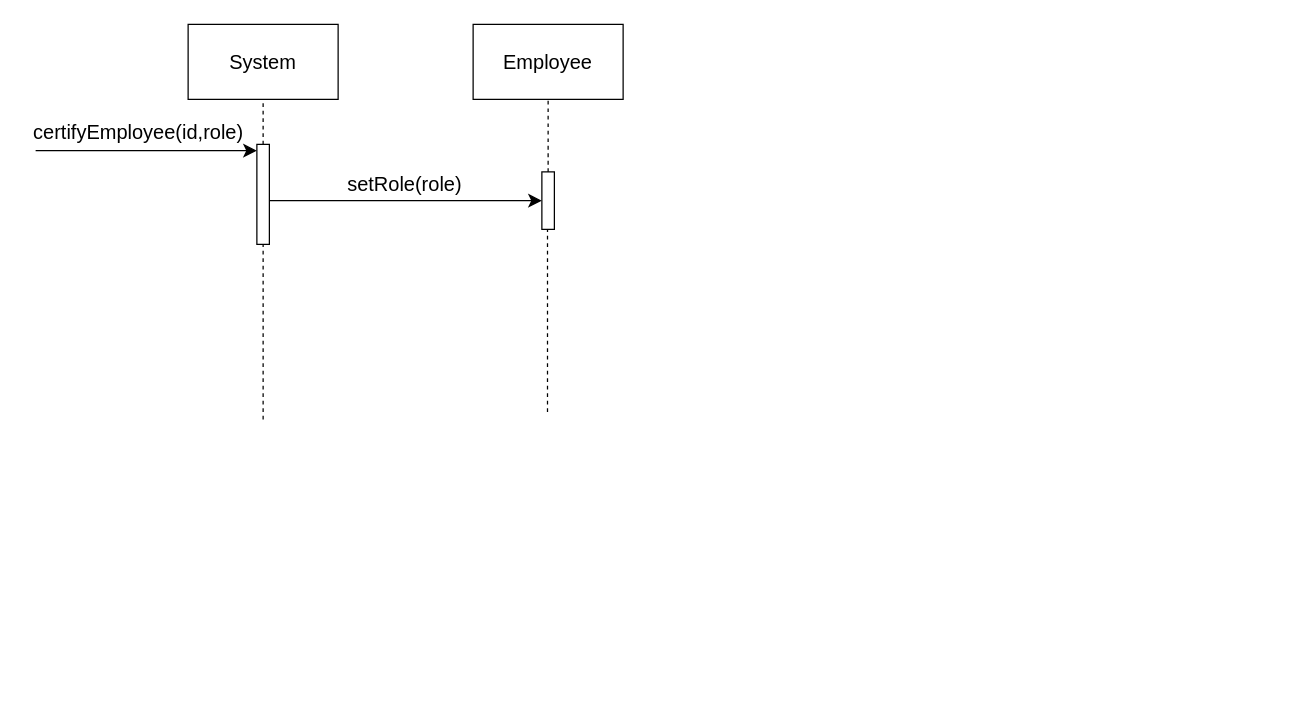
Above: page "2.B - CertifyEmployee" (2 of 6) of docs/Diagrams/1.B + 2.B - UseCaseAssignToShift.drawio in ADSS-GROUP-M/ADSS_GROUP_M (draw.io), before the change. Source tidied: cells renumbered, new cells numbered last; positions are measured from the earlier drawing's top-left corner, leaving out a move shared by most shapes. Both pictures are drawn from the tidied source at 125%, with x=0, y=0 at pixel (21, 24).
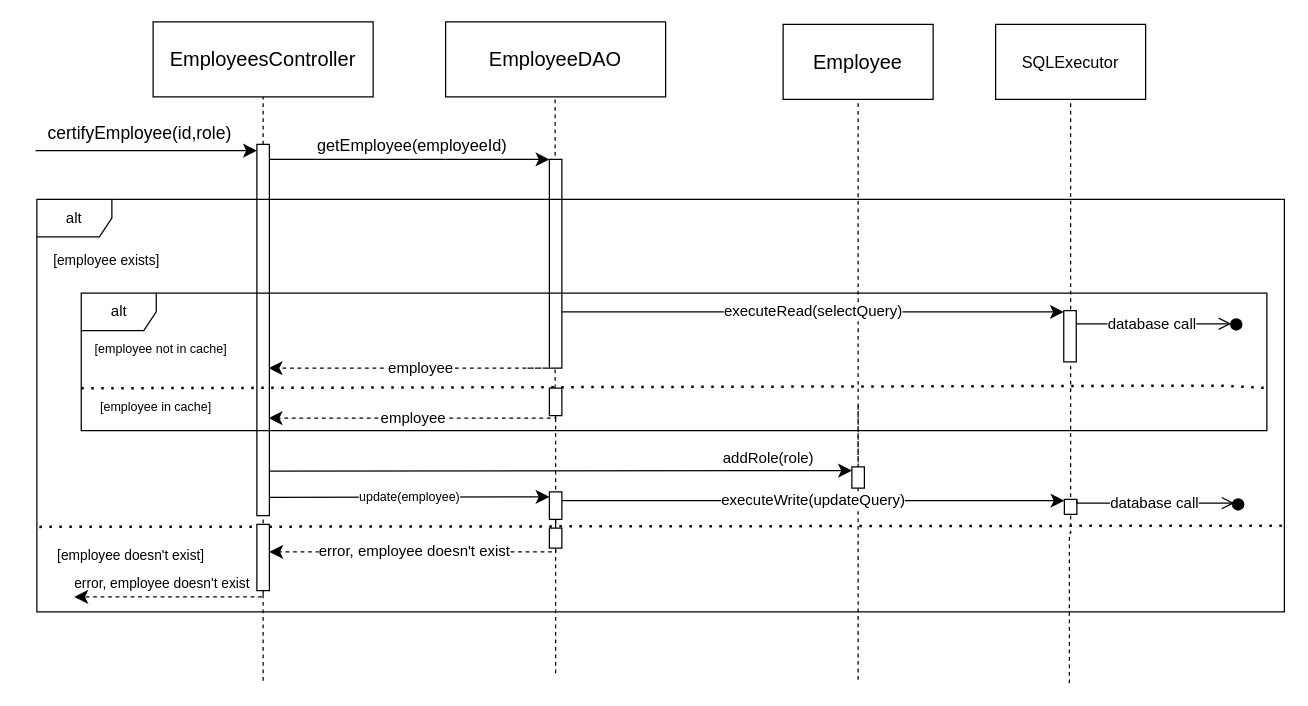
The same page after the edit.

Commit message (it also covers changes not shown here):
Fixed CertifyEmployee sequence diagram

The edit, as a diff of the source:
```diff
@@
     <mxCell id="2" value="Employee" style="rounded=0;whiteSpace=wrap;html=1;fontSize=16;" parent="1" vertex="1">
-      <mxGeometry x="361" width="120" height="60" as="geometry" />
+      <mxGeometry x="609" width="120" height="60" as="geometry" />
     </mxCell>
-    <mxCell id="3" value="System" style="rounded=0;whiteSpace=wrap;html=1;fontSize=16;" parent="1" vertex="1">
-      <mxGeometry x="133" width="120" height="60" as="geometry" />
+    <mxCell id="3" value="EmployeesController" style="rounded=0;whiteSpace=wrap;html=1;fontSize=16;" parent="1" vertex="1">
+      <mxGeometry x="105" y="-2" width="176" height="60" as="geometry" />
     </mxCell>
@@
     <mxCell id="6" style="endArrow=none;dashed=1;html=1;rounded=0;fontSize=12;startSize=8;endSize=8;curved=1;" parent="1" edge="1" target="8">
       <mxGeometry relative="1" as="geometry">
-        <mxPoint x="193" y="316" as="sourcePoint" />
+        <mxPoint x="193" y="525" as="sourcePoint" />
       </mxGeometry>
     </mxCell>
-    <mxCell id="7" style="edgeStyle=elbowEdgeStyle;curved=0;rounded=0;jettySize=auto;html=1;elbow=vertical;fontSize=12;startSize=8;endSize=8;" parent="1" edge="1" source="8" target="12">
-      <mxGeometry relative="1" as="geometry" />
+    <mxCell id="7" style="edgeStyle=elbowEdgeStyle;curved=0;rounded=0;jettySize=auto;html=1;elbow=vertical;fontSize=12;startSize=8;endSize=8;" parent="1" edge="1" target="12">
+      <mxGeometry relative="1" as="geometry">
+        <mxPoint x="198" y="357.4" as="sourcePoint" />
+      </mxGeometry>
     </mxCell>
     <mxCell id="8" style="html=1;points=[];perimeter=orthogonalPerimeter;outlineConnect=0;targetShapes=umlLifeline;portConstraint=eastwest;newEdgeStyle={&quot;edgeStyle&quot;:&quot;elbowEdgeStyle&quot;,&quot;elbow&quot;:&quot;vertical&quot;,&quot;curved&quot;:0,&quot;rounded&quot;:0};fontSize=16;" parent="1" vertex="1">
-      <mxGeometry x="188" y="96" width="10" height="80" as="geometry" />
+      <mxGeometry x="188" y="96" width="10" height="297" as="geometry" />
     </mxCell>
@@
-    <mxCell id="10" value="certifyEmployee(id,role)" style="text;html=1;align=center;verticalAlign=middle;strokeColor=none;fillColor=none;fontSize=16;" parent="1" vertex="1">
-      <mxGeometry y="70" width="186" height="31" as="geometry" />
+    <mxCell id="10" value="certifyEmployee(id,role)" style="text;html=1;align=center;verticalAlign=middle;strokeColor=none;fillColor=none;fontSize=14;" parent="1" vertex="1">
+      <mxGeometry x="11" y="72" width="165" height="29" as="geometry" />
     </mxCell>
-    <mxCell id="11" style="endArrow=none;dashed=1;html=1;rounded=0;fontSize=12;startSize=8;endSize=8;curved=1;" parent="1" edge="1" target="12">
+    <mxCell id="11" style="endArrow=none;dashed=1;html=1;rounded=0;fontSize=12;startSize=8;endSize=8;curved=1;" parent="1" edge="1">
       <mxGeometry relative="1" as="geometry">
-        <mxPoint x="420.5" y="310" as="sourcePoint" />
+        <mxPoint x="669" y="524.2" as="sourcePoint" />
+        <mxPoint x="669" y="303" as="targetPoint" />
       </mxGeometry>
     </mxCell>
     <mxCell id="12" style="html=1;points=[];perimeter=orthogonalPerimeter;outlineConnect=0;targetShapes=umlLifeline;portConstraint=eastwest;newEdgeStyle={&quot;edgeStyle&quot;:&quot;elbowEdgeStyle&quot;,&quot;elbow&quot;:&quot;vertical&quot;,&quot;curved&quot;:0,&quot;rounded&quot;:0};fontSize=16;" parent="1" vertex="1">
-      <mxGeometry x="416" y="118" width="10" height="46" as="geometry" />
+      <mxGeometry x="664" y="354" width="10" height="17" as="geometry" />
     </mxCell>
-    <mxCell id="13" value="setRole(role)" style="text;html=1;align=center;verticalAlign=middle;strokeColor=none;fillColor=none;fontSize=16;" parent="1" vertex="1">
-      <mxGeometry x="251" y="112" width="110" height="31" as="geometry" />
+    <mxCell id="13" value="addRole(role)" style="text;html=1;align=center;verticalAlign=middle;strokeColor=none;fillColor=none;fontSize=12;" parent="1" vertex="1">
+      <mxGeometry x="551" y="334" width="91" height="26" as="geometry" />
     </mxCell>
+    <mxCell id="14" value="EmployeeDAO" style="rounded=0;whiteSpace=wrap;html=1;fontSize=16;" parent="1" vertex="1">
+      <mxGeometry x="339" y="-2" width="176" height="60" as="geometry" />
+    </mxCell>
+    <mxCell id="15" style="endArrow=classic;html=1;rounded=0;fontSize=12;startSize=8;endSize=8;curved=1;" parent="1" edge="1" target="17">
+      <mxGeometry relative="1" as="geometry">
+        <mxPoint x="198" y="108" as="sourcePoint" />
+        <Array as="points">
+          <mxPoint x="321" y="108" />
+        </Array>
+      </mxGeometry>
+    </mxCell>
+    <mxCell id="16" style="endArrow=none;dashed=1;html=1;rounded=0;fontSize=12;startSize=8;endSize=8;edgeStyle=orthogonalEdgeStyle;" parent="1" edge="1" source="37">
+      <mxGeometry relative="1" as="geometry">
+        <mxPoint x="426.6" y="58" as="targetPoint" />
+        <Array as="points">
+          <mxPoint x="427" y="194" />
+        </Array>
+      </mxGeometry>
+    </mxCell>
+    <mxCell id="17" style="html=1;points=[];perimeter=orthogonalPerimeter;outlineConnect=0;targetShapes=umlLifeline;portConstraint=eastwest;newEdgeStyle={&quot;edgeStyle&quot;:&quot;elbowEdgeStyle&quot;,&quot;elbow&quot;:&quot;vertical&quot;,&quot;curved&quot;:0,&quot;rounded&quot;:0};fontSize=16;" parent="1" vertex="1">
+      <mxGeometry x="422" y="108" width="10" height="167" as="geometry" />
+    </mxCell>
+    <mxCell id="18" value="getEmployee(employeeId)" style="text;html=1;align=center;verticalAlign=middle;strokeColor=none;fillColor=none;fontSize=13;" parent="1" vertex="1">
+      <mxGeometry x="227" y="83" width="170" height="28" as="geometry" />
+    </mxCell>
+    <mxCell id="19" value="executeRead(selectQuery)" style="edgeStyle=elbowEdgeStyle;curved=0;rounded=0;jettySize=auto;html=1;elbow=vertical;fontSize=12;startSize=8;endSize=8;" parent="1" edge="1" source="17" target="48">
+      <mxGeometry relative="1" as="geometry">
+        <Array as="points">
+          <mxPoint x="730.5" y="230" />
+          <mxPoint x="465.5" y="260" />
+          <mxPoint x="793.5" y="290" />
+          <mxPoint x="799.5" y="303" />
+          <mxPoint x="767.5" y="314" />
+          <mxPoint x="793.5" y="298" />
+          <mxPoint x="789.5" y="301" />
+          <mxPoint x="787.5" y="307" />
+          <mxPoint x="611.5" y="313" />
+        </Array>
+      </mxGeometry>
+    </mxCell>
+    <mxCell id="20" value="database call" style="edgeStyle=elbowEdgeStyle;curved=0;rounded=0;orthogonalLoop=1;jettySize=auto;html=1;elbow=vertical;fontSize=12;startSize=8;endSize=8;endArrow=open;endFill=0;" parent="1" edge="1">
+      <mxGeometry relative="1" as="geometry">
+        <mxPoint x="841.5" y="237.5" as="sourcePoint" />
+        <mxPoint x="967.5" y="239.5" as="targetPoint" />
+        <Array as="points">
+          <mxPoint x="1220.5" y="239.5" />
+          <mxPoint x="1226.5" y="252.5" />
+          <mxPoint x="1194.5" y="263.5" />
+          <mxPoint x="1220.5" y="247.5" />
+          <mxPoint x="1216.5" y="250.5" />
+          <mxPoint x="1214.5" y="256.5" />
+          <mxPoint x="1038.5" y="262.5" />
+        </Array>
+      </mxGeometry>
+    </mxCell>
+    <mxCell id="21" style="shape=waypoint;sketch=0;fillStyle=solid;size=6;fillColor=none;perimeter=centerPerimeter;strokeWidth=3;" parent="1" vertex="1">
+      <mxGeometry x="961.5" y="230" width="20" height="20" as="geometry" />
+    </mxCell>
+    <mxCell id="22" value="alt" style="shape=umlFrame;whiteSpace=wrap;html=1;" parent="1" vertex="1">
+      <mxGeometry x="47.5" y="215" width="948.5" height="110" as="geometry" />
+    </mxCell>
+    <mxCell id="23" value="[employee not in cache]" style="text;html=1;strokeColor=none;fillColor=none;align=center;verticalAlign=middle;whiteSpace=wrap;rounded=0;fontSize=10;" parent="1" vertex="1">
+      <mxGeometry x="52.5" y="244" width="117" height="30" as="geometry" />
+    </mxCell>
+    <mxCell id="24" value="[employee in cache]" style="text;html=1;strokeColor=none;fillColor=none;align=center;verticalAlign=middle;whiteSpace=wrap;rounded=0;fontSize=10;" parent="1" vertex="1">
+      <mxGeometry x="60.5" y="291" width="93" height="30" as="geometry" />
+    </mxCell>
+    <mxCell id="25" value="employee" style="edgeStyle=elbowEdgeStyle;curved=0;rounded=0;jettySize=auto;html=1;elbow=vertical;fontSize=12;startSize=8;endSize=8;dashed=1;" parent="1" edge="1" source="37">
+      <mxGeometry relative="1" as="geometry">
+        <mxPoint x="197.5" y="315" as="targetPoint" />
+        <Array as="points">
+          <mxPoint x="265.5" y="315" />
+          <mxPoint x="222.5" y="327" />
+          <mxPoint x="283.5" y="315" />
+        </Array>
+      </mxGeometry>
+    </mxCell>
+    <mxCell id="26" value="employee" style="edgeStyle=elbowEdgeStyle;curved=0;rounded=0;orthogonalLoop=1;jettySize=auto;html=1;elbow=vertical;fontSize=12;startSize=8;endSize=8;dashed=1;" parent="1" edge="1">
+      <mxGeometry relative="1" as="geometry">
+        <mxPoint x="404.5" y="275" as="sourcePoint" />
+        <mxPoint x="197.5" y="275" as="targetPoint" />
+        <Array as="points">
+          <mxPoint x="422" y="275" />
+          <mxPoint x="216.5" y="288" />
+          <mxPoint x="277.5" y="276" />
+        </Array>
+      </mxGeometry>
+    </mxCell>
+    <mxCell id="27" style="endArrow=none;dashed=1;html=1;dashPattern=1 3;strokeWidth=2;rounded=0;edgeStyle=orthogonalEdgeStyle;entryX=1;entryY=0.69;entryDx=0;entryDy=0;entryPerimeter=0;exitX=0;exitY=0.692;exitDx=0;exitDy=0;exitPerimeter=0;" parent="1" edge="1" source="22" target="22">
+      <mxGeometry relative="1" as="geometry">
+        <Array as="points">
+          <mxPoint x="957.5" y="289" />
+        </Array>
+      </mxGeometry>
+    </mxCell>
+    <mxCell id="28" value="alt" style="shape=umlFrame;whiteSpace=wrap;html=1;" parent="1" vertex="1">
+      <mxGeometry x="12" y="140" width="998" height="330" as="geometry" />
+    </mxCell>
+    <mxCell id="29" style="endArrow=none;dashed=1;html=1;dashPattern=1 3;strokeWidth=2;rounded=0;entryX=0.999;entryY=0.791;entryDx=0;entryDy=0;entryPerimeter=0;" parent="1" edge="1" target="28">
+      <mxGeometry relative="1" as="geometry">
+        <mxPoint x="14" y="402" as="sourcePoint" />
+      </mxGeometry>
+    </mxCell>
+    <mxCell id="30" style="html=1;points=[];perimeter=orthogonalPerimeter;outlineConnect=0;targetShapes=umlLifeline;portConstraint=eastwest;newEdgeStyle={&quot;edgeStyle&quot;:&quot;elbowEdgeStyle&quot;,&quot;elbow&quot;:&quot;vertical&quot;,&quot;curved&quot;:0,&quot;rounded&quot;:0};fontSize=16;" parent="1" vertex="1">
+      <mxGeometry x="188" y="400" width="10" height="53" as="geometry" />
+    </mxCell>
+    <mxCell id="31" style="edgeStyle=elbowEdgeStyle;curved=0;rounded=0;jettySize=auto;html=1;elbow=vertical;fontSize=12;startSize=8;endSize=8;dashed=1;" parent="1" edge="1" source="30">
+      <mxGeometry relative="1" as="geometry">
+        <mxPoint x="42" y="458" as="targetPoint" />
+        <Array as="points">
+          <mxPoint x="171" y="458" />
+          <mxPoint x="27" y="429" />
+          <mxPoint x="-75" y="442" />
+        </Array>
+      </mxGeometry>
+    </mxCell>
+    <mxCell id="32" value="error, employee doesn't exist" style="text;html=1;align=center;verticalAlign=middle;strokeColor=none;fillColor=none;fontSize=11;" parent="1" vertex="1">
+      <mxGeometry x="33" y="434" width="158" height="25" as="geometry" />
+    </mxCell>
+    <mxCell id="33" value="[employee exists]" style="text;html=1;strokeColor=none;fillColor=none;align=center;verticalAlign=middle;whiteSpace=wrap;rounded=0;fontSize=11;" parent="1" vertex="1">
+      <mxGeometry x="23" y="174" width="90" height="30" as="geometry" />
+    </mxCell>
+    <mxCell id="34" value="[employee doesn't exist]" style="text;html=1;strokeColor=none;fillColor=none;align=center;verticalAlign=middle;whiteSpace=wrap;rounded=0;fontSize=11;" parent="1" vertex="1">
+      <mxGeometry x="26" y="410" width="123" height="30" as="geometry" />
+    </mxCell>
+    <mxCell id="35" value="error, employee doesn't exist" style="edgeStyle=elbowEdgeStyle;curved=0;rounded=0;jettySize=auto;html=1;elbow=vertical;fontSize=12;startSize=8;endSize=8;dashed=1;" parent="1" edge="1" source="41" target="30">
+      <mxGeometry relative="1" as="geometry">
+        <Array as="points">
+          <mxPoint x="358" y="422" />
+          <mxPoint x="266" y="410" />
+          <mxPoint x="223" y="422" />
+          <mxPoint x="284" y="410" />
+        </Array>
+      </mxGeometry>
+    </mxCell>
+    <mxCell id="36" style="endArrow=none;dashed=1;html=1;rounded=0;fontSize=12;startSize=8;endSize=8;edgeStyle=orthogonalEdgeStyle;" parent="1" edge="1" source="40" target="37">
+      <mxGeometry relative="1" as="geometry">
+        <Array as="points">
+          <mxPoint x="427" y="402" />
+        </Array>
+      </mxGeometry>
+    </mxCell>
+    <mxCell id="37" style="html=1;points=[];perimeter=orthogonalPerimeter;outlineConnect=0;targetShapes=umlLifeline;portConstraint=eastwest;newEdgeStyle={&quot;edgeStyle&quot;:&quot;elbowEdgeStyle&quot;,&quot;elbow&quot;:&quot;vertical&quot;,&quot;curved&quot;:0,&quot;rounded&quot;:0};fontSize=16;" parent="1" vertex="1">
+      <mxGeometry x="422" y="291" width="10" height="22" as="geometry" />
+    </mxCell>
+    <mxCell id="38" value="update(employee)" style="edgeStyle=elbowEdgeStyle;curved=0;rounded=0;jettySize=auto;html=1;elbow=vertical;fontSize=10;startSize=8;endSize=8;" parent="1" edge="1" target="40">
+      <mxGeometry relative="1" as="geometry">
+        <mxPoint x="198" y="378.3" as="sourcePoint" />
+      </mxGeometry>
+    </mxCell>
+    <mxCell id="39" style="endArrow=none;dashed=1;html=1;rounded=0;fontSize=12;startSize=8;endSize=8;edgeStyle=orthogonalEdgeStyle;" parent="1" edge="1" target="40">
+      <mxGeometry relative="1" as="geometry">
+        <mxPoint x="427" y="519" as="sourcePoint" />
+        <Array as="points">
+          <mxPoint x="427" y="402" />
+        </Array>
+      </mxGeometry>
+    </mxCell>
+    <mxCell id="40" style="html=1;points=[];perimeter=orthogonalPerimeter;outlineConnect=0;targetShapes=umlLifeline;portConstraint=eastwest;newEdgeStyle={&quot;edgeStyle&quot;:&quot;elbowEdgeStyle&quot;,&quot;elbow&quot;:&quot;vertical&quot;,&quot;curved&quot;:0,&quot;rounded&quot;:0};fontSize=16;" parent="1" vertex="1">
+      <mxGeometry x="422" y="374" width="10" height="22" as="geometry" />
+    </mxCell>
+    <mxCell id="41" style="html=1;points=[];perimeter=orthogonalPerimeter;outlineConnect=0;targetShapes=umlLifeline;portConstraint=eastwest;newEdgeStyle={&quot;edgeStyle&quot;:&quot;elbowEdgeStyle&quot;,&quot;elbow&quot;:&quot;vertical&quot;,&quot;curved&quot;:0,&quot;rounded&quot;:0};fontSize=16;" parent="1" vertex="1">
+      <mxGeometry x="422" y="403" width="10" height="16" as="geometry" />
+    </mxCell>
+    <mxCell id="42" value="SQLExecutor" style="rounded=0;whiteSpace=wrap;html=1;fontSize=13;" parent="1" vertex="1">
+      <mxGeometry x="779" width="120" height="60" as="geometry" />
+    </mxCell>
+    <mxCell id="43" style="endArrow=none;dashed=1;html=1;rounded=0;fontSize=12;startSize=8;endSize=8;entryX=0.5;entryY=1;entryDx=0;entryDy=0;edgeStyle=orthogonalEdgeStyle;" parent="1" edge="1" target="42">
+      <mxGeometry relative="1" as="geometry">
+        <mxPoint x="838" y="527" as="sourcePoint" />
+        <Array as="points">
+          <mxPoint x="838" y="407" />
+        </Array>
+      </mxGeometry>
+    </mxCell>
+    <mxCell id="44" value="executeWrite(updateQuery)" style="edgeStyle=elbowEdgeStyle;curved=0;rounded=0;jettySize=auto;html=1;elbow=vertical;fontSize=12;startSize=8;endSize=8;" parent="1" edge="1" source="40" target="45">
+      <mxGeometry relative="1" as="geometry">
+        <Array as="points">
+          <mxPoint x="819" y="381" />
+          <mxPoint x="554" y="411" />
+          <mxPoint x="882" y="441" />
+          <mxPoint x="888" y="454" />
+          <mxPoint x="856" y="465" />
+          <mxPoint x="882" y="449" />
+          <mxPoint x="878" y="452" />
+          <mxPoint x="876" y="458" />
+          <mxPoint x="700" y="464" />
+        </Array>
+      </mxGeometry>
+    </mxCell>
+    <mxCell id="45" style="html=1;points=[];perimeter=orthogonalPerimeter;outlineConnect=0;targetShapes=umlLifeline;portConstraint=eastwest;newEdgeStyle={&quot;edgeStyle&quot;:&quot;elbowEdgeStyle&quot;,&quot;elbow&quot;:&quot;vertical&quot;,&quot;curved&quot;:0,&quot;rounded&quot;:0};fontSize=16;" parent="1" vertex="1">
+      <mxGeometry x="834" y="380" width="10" height="12" as="geometry" />
+    </mxCell>
+    <mxCell id="46" value="database call" style="edgeStyle=elbowEdgeStyle;curved=0;rounded=0;orthogonalLoop=1;jettySize=auto;html=1;elbow=vertical;fontSize=12;startSize=8;endSize=8;endArrow=open;endFill=0;" parent="1" edge="1">
+      <mxGeometry relative="1" as="geometry">
+        <mxPoint x="844" y="381" as="sourcePoint" />
+        <mxPoint x="970" y="383" as="targetPoint" />
+        <Array as="points">
+          <mxPoint x="1223" y="383" />
+          <mxPoint x="1229" y="396" />
+          <mxPoint x="1197" y="407" />
+          <mxPoint x="1223" y="391" />
+          <mxPoint x="1219" y="394" />
+          <mxPoint x="1217" y="400" />
+          <mxPoint x="1041" y="406" />
+        </Array>
+      </mxGeometry>
+    </mxCell>
+    <mxCell id="47" style="shape=waypoint;sketch=0;fillStyle=solid;size=6;fillColor=none;perimeter=centerPerimeter;strokeWidth=3;" parent="1" vertex="1">
+      <mxGeometry x="963" y="374" width="20" height="20" as="geometry" />
+    </mxCell>
+    <mxCell id="48" style="html=1;points=[];perimeter=orthogonalPerimeter;outlineConnect=0;targetShapes=umlLifeline;portConstraint=eastwest;newEdgeStyle={&quot;edgeStyle&quot;:&quot;elbowEdgeStyle&quot;,&quot;elbow&quot;:&quot;vertical&quot;,&quot;curved&quot;:0,&quot;rounded&quot;:0};fontSize=16;" parent="1" vertex="1">
+      <mxGeometry x="833.5" y="229" width="10" height="41" as="geometry" />
+    </mxCell>
```
